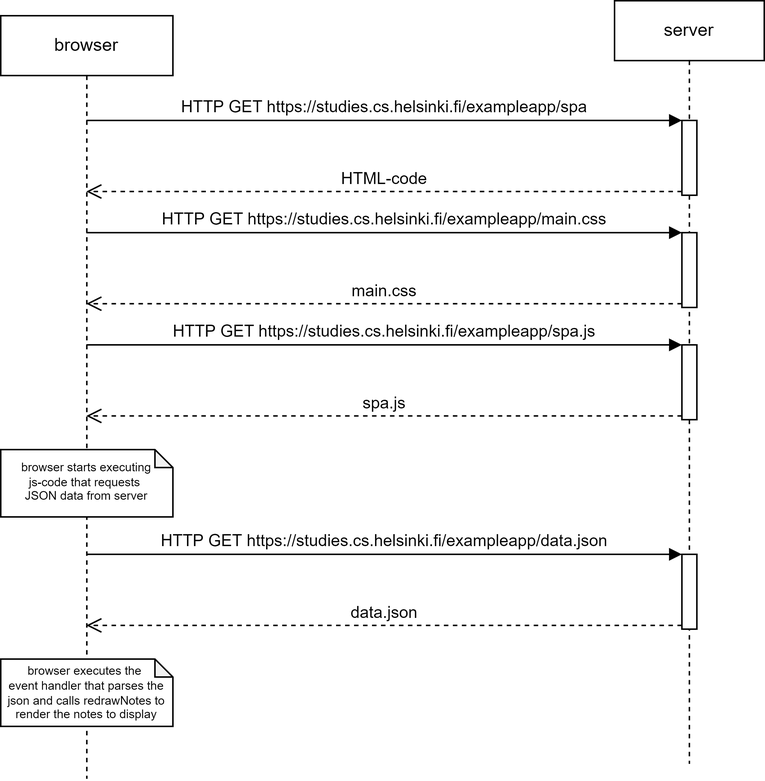
This is part0/exercise0.5.png from janusz5/fullstackopen, a draw.io export, as it was before one commit. Source tidied: cells renumbered, new cells last; positions are measured from the earlier drawing's top-left corner, leaving out a move shared by most shapes.
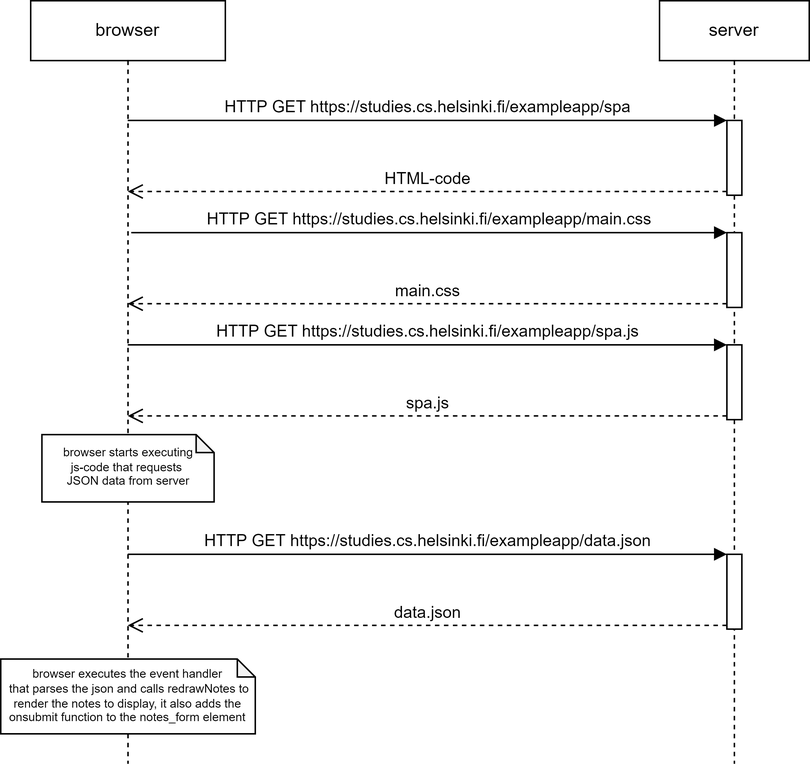
Later version of the same file.

Change to the diagram source:
```diff
@@ -18,53 +18,39 @@
       <mxGeometry x="45" y="370" width="10" height="50" as="geometry" />
     </mxCell>
     <mxCell id="7" value="browser" style="shape=umlLifeline;perimeter=lifelinePerimeter;whiteSpace=wrap;html=1;outlineConnect=0;" parent="1" vertex="1">
-      <mxGeometry y="10" width="115" height="510" as="geometry" />
+      <mxGeometry x="-10" width="130" height="510" as="geometry" />
     </mxCell>
     <mxCell id="8" value="&#10;browser starts executing&#10; js-code that requests &#10;JSON data from server &#10;" style="shape=note;backgroundOutline=1;darkOpacity=0.05;fontSize=8;size=12;fontStyle=0;whiteSpace=wrap;" parent="7" vertex="1">
-      <mxGeometry y="290" width="115" height="45" as="geometry" />
+      <mxGeometry x="7.5" y="290" width="115" height="45" as="geometry" />
     </mxCell>
-    <mxCell id="9" value="browser executes the &lt;br&gt;event handler that parses the json and calls redrawNotes to render the notes to display" style="shape=note;backgroundOutline=1;darkOpacity=0.05;fontSize=8;size=12;fontStyle=0;whiteSpace=wrap;html=1;" parent="7" vertex="1">
-      <mxGeometry y="430" width="115" height="45" as="geometry" />
+    <mxCell id="9" value="browser executes the event handler&lt;br&gt;&amp;nbsp;that parses the json and calls redrawNotes to render the notes to display, it also adds the onsubmit function to the notes_form element" style="shape=note;backgroundOutline=1;darkOpacity=0.05;fontSize=8;size=12;fontStyle=0;whiteSpace=wrap;html=1;" parent="7" vertex="1">
+      <mxGeometry x="-20" y="440" width="170" height="50" as="geometry" />
     </mxCell>
-    <mxCell id="10" value="HTTP GET&amp;nbsp;https://studies.cs.helsinki.fi/exampleapp/spa" style="html=1;verticalAlign=bottom;endArrow=block;entryX=0;entryY=0;rounded=0;" parent="1" edge="1" target="3">
-      <mxGeometry relative="1" as="geometry">
-        <mxPoint x="57.2" y="80" as="sourcePoint" />
-      </mxGeometry>
+    <mxCell id="10" value="HTTP GET&amp;nbsp;https://studies.cs.helsinki.fi/exampleapp/spa" style="html=1;verticalAlign=bottom;endArrow=block;entryX=0;entryY=0;rounded=0;" parent="1" edge="1" source="7" target="3">
+      <mxGeometry relative="1" as="geometry" />
     </mxCell>
-    <mxCell id="11" value="HTML-code" style="html=1;verticalAlign=bottom;endArrow=open;dashed=1;endSize=8;exitX=0;exitY=0.95;rounded=0;" parent="1" edge="1" source="3">
-      <mxGeometry relative="1" as="geometry">
-        <mxPoint x="57.2" y="127.5" as="targetPoint" />
-      </mxGeometry>
+    <mxCell id="11" value="HTML-code" style="html=1;verticalAlign=bottom;endArrow=open;dashed=1;endSize=8;exitX=0;exitY=0.95;rounded=0;" parent="1" edge="1" source="3" target="7">
+      <mxGeometry relative="1" as="geometry" />
     </mxCell>
     <mxCell id="12" value="HTTP GET&amp;nbsp;https://studies.cs.helsinki.fi/exampleapp/main.css" style="html=1;verticalAlign=bottom;endArrow=block;entryX=0;entryY=0;rounded=0;" parent="1" edge="1" target="4">
       <mxGeometry relative="1" as="geometry">
         <mxPoint x="57.2" y="155" as="sourcePoint" />
       </mxGeometry>
     </mxCell>
-    <mxCell id="13" value="main.css" style="html=1;verticalAlign=bottom;endArrow=open;dashed=1;endSize=8;exitX=0;exitY=0.95;rounded=0;" parent="1" edge="1" source="4">
-      <mxGeometry relative="1" as="geometry">
-        <mxPoint x="57.2" y="202.5" as="targetPoint" />
-      </mxGeometry>
+    <mxCell id="13" value="main.css" style="html=1;verticalAlign=bottom;endArrow=open;dashed=1;endSize=8;exitX=0;exitY=0.95;rounded=0;" parent="1" edge="1" source="4" target="7">
+      <mxGeometry relative="1" as="geometry" />
     </mxCell>
-    <mxCell id="14" value="HTTP GET&amp;nbsp;https://studies.cs.helsinki.fi/exampleapp/spa.js" style="html=1;verticalAlign=bottom;endArrow=block;entryX=0;entryY=0;rounded=0;" parent="1" edge="1" target="5">
-      <mxGeometry relative="1" as="geometry">
-        <mxPoint x="57.2" y="230" as="sourcePoint" />
-      </mxGeometry>
+    <mxCell id="14" value="HTTP GET&amp;nbsp;https://studies.cs.helsinki.fi/exampleapp/spa.js" style="html=1;verticalAlign=bottom;endArrow=block;entryX=0;entryY=0;rounded=0;" parent="1" edge="1" source="7" target="5">
+      <mxGeometry relative="1" as="geometry" />
     </mxCell>
-    <mxCell id="15" value="spa.js" style="html=1;verticalAlign=bottom;endArrow=open;dashed=1;endSize=8;exitX=0;exitY=0.95;rounded=0;" parent="1" edge="1" source="5">
-      <mxGeometry relative="1" as="geometry">
-        <mxPoint x="57.2" y="277.5" as="targetPoint" />
-      </mxGeometry>
+    <mxCell id="15" value="spa.js" style="html=1;verticalAlign=bottom;endArrow=open;dashed=1;endSize=8;exitX=0;exitY=0.95;rounded=0;" parent="1" edge="1" source="5" target="7">
+      <mxGeometry relative="1" as="geometry" />
     </mxCell>
-    <mxCell id="16" value="HTTP GET https://studies.cs.helsinki.fi/exampleapp/data.json" style="html=1;verticalAlign=bottom;endArrow=block;entryX=0;entryY=0;rounded=0;" parent="1" edge="1" target="6">
-      <mxGeometry relative="1" as="geometry">
-        <mxPoint x="57.2" y="370" as="sourcePoint" />
-      </mxGeometry>
+    <mxCell id="16" value="HTTP GET https://studies.cs.helsinki.fi/exampleapp/data.json" style="html=1;verticalAlign=bottom;endArrow=block;entryX=0;entryY=0;rounded=0;" parent="1" edge="1" source="7" target="6">
+      <mxGeometry relative="1" as="geometry" />
     </mxCell>
-    <mxCell id="17" value="data.json" style="html=1;verticalAlign=bottom;endArrow=open;dashed=1;endSize=8;exitX=0;exitY=0.95;rounded=0;" parent="1" edge="1" source="6">
-      <mxGeometry relative="1" as="geometry">
-        <mxPoint x="57.2" y="417.5" as="targetPoint" />
-      </mxGeometry>
+    <mxCell id="17" value="data.json" style="html=1;verticalAlign=bottom;endArrow=open;dashed=1;endSize=8;exitX=0;exitY=0.95;rounded=0;" parent="1" edge="1" source="6" target="7">
+      <mxGeometry relative="1" as="geometry" />
     </mxCell>
   </root>
 </mxGraphModel>
```
